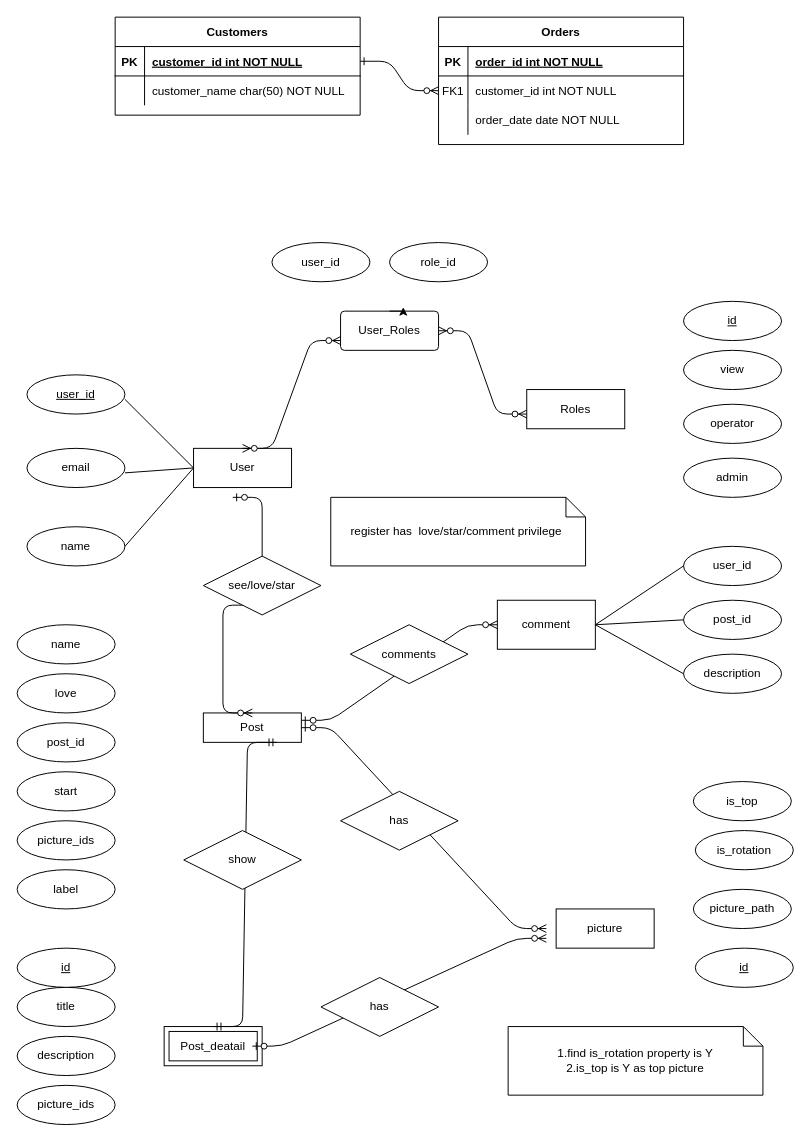
Earlier version of the draw.io diagram Untitled Diagram.drawio (elaineloyanyee/githubtest). Source tidied: cells renumbered, new cells numbered last; positions are measured from the earlier drawing's top-left corner, leaving out a move shared by most shapes. Both pictures are drawn from the tidied source at 98%, with x=0, y=0 at pixel (17, 17).
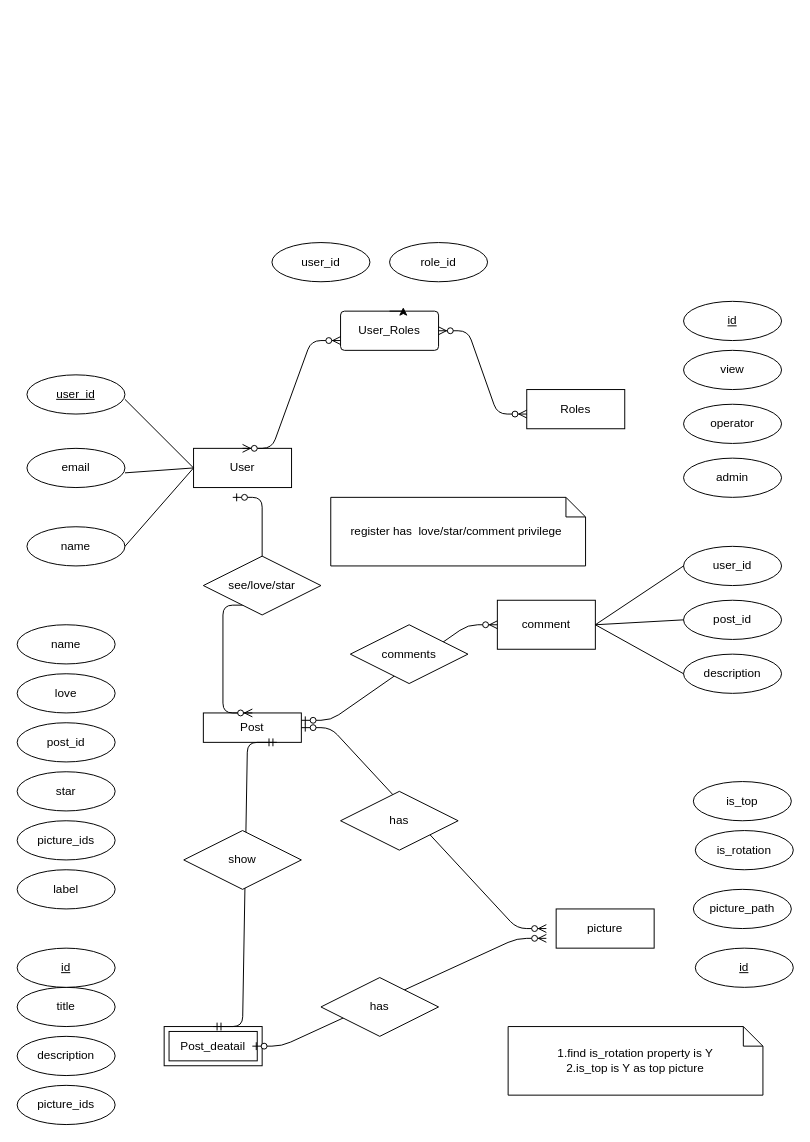
The same diagram, later.

What changed in the source:
```diff
@@
-    <mxCell id="2" style="edgeStyle=entityRelationEdgeStyle;endArrow=ERzeroToMany;startArrow=ERone;endFill=1;startFill=0;" parent="1" edge="1" source="14" target="7">
-      <mxGeometry relative="1" as="geometry" />
-    </mxCell>
-    <mxCell id="3" value="Orders" style="shape=table;startSize=30;childLayout=tableLayout;rowLines=0;fontStyle=1;align=center;" parent="1" vertex="1">
-      <mxGeometry x="430" width="250" height="130" as="geometry" />
-    </mxCell>
-    <mxCell id="4" style="shape=partialRectangle;fillColor=none;top=0;left=0;right=0;bottom=1;" parent="3" vertex="1">
-      <mxGeometry y="30" width="250" height="30" as="geometry" />
-    </mxCell>
-    <mxCell id="5" value="PK" style="shape=partialRectangle;overflow=hidden;fillColor=none;top=0;left=0;bottom=0;right=0;fontStyle=1;" parent="4" vertex="1">
-      <mxGeometry width="30" height="30" as="geometry" />
-    </mxCell>
-    <mxCell id="6" value="order_id int NOT NULL " style="shape=partialRectangle;overflow=hidden;fillColor=none;top=0;left=0;bottom=0;right=0;align=left;spacingLeft=6;fontStyle=5;" parent="4" vertex="1">
-      <mxGeometry x="30" width="220" height="30" as="geometry" />
-    </mxCell>
-    <mxCell id="7" style="shape=partialRectangle;fillColor=none;points=[[0,0.5],[1,0.5]];portConstraint=eastwest;top=0;left=0;right=0;bottom=0;" parent="3" vertex="1">
-      <mxGeometry y="60" width="250" height="30" as="geometry" />
-    </mxCell>
-    <mxCell id="8" value="FK1" style="shape=partialRectangle;overflow=hidden;fillColor=none;top=0;left=0;bottom=0;right=0;" parent="7" vertex="1">
-      <mxGeometry width="30" height="30" as="geometry" />
-    </mxCell>
-    <mxCell id="9" value="customer_id int NOT NULL" style="shape=partialRectangle;overflow=hidden;fillColor=none;top=0;left=0;bottom=0;right=0;align=left;spacingLeft=6;" parent="7" vertex="1">
-      <mxGeometry x="30" width="220" height="30" as="geometry" />
-    </mxCell>
-    <mxCell id="10" style="shape=partialRectangle;fillColor=none;top=0;left=0;right=0;bottom=0;" parent="3" vertex="1">
-      <mxGeometry y="90" width="250" height="30" as="geometry" />
-    </mxCell>
-    <mxCell id="11" style="shape=partialRectangle;overflow=hidden;fillColor=none;top=0;left=0;bottom=0;right=0;" parent="10" vertex="1">
-      <mxGeometry width="30" height="30" as="geometry" />
-    </mxCell>
-    <mxCell id="12" value="order_date date NOT NULL" style="shape=partialRectangle;overflow=hidden;fillColor=none;top=0;left=0;bottom=0;right=0;align=left;spacingLeft=6;" parent="10" vertex="1">
-      <mxGeometry x="30" width="220" height="30" as="geometry" />
-    </mxCell>
-    <mxCell id="13" value="Customers" style="shape=table;startSize=30;childLayout=tableLayout;rowLines=0;fontStyle=1;align=center;" parent="1" vertex="1">
-      <mxGeometry x="100" width="250" height="100" as="geometry" />
-    </mxCell>
-    <mxCell id="14" style="shape=partialRectangle;fillColor=none;points=[[0,0.5],[1,0.5]];portConstraint=eastwest;top=0;left=0;right=0;bottom=1;" parent="13" vertex="1">
-      <mxGeometry y="30" width="250" height="30" as="geometry" />
-    </mxCell>
-    <mxCell id="15" value="PK" style="shape=partialRectangle;overflow=hidden;fillColor=none;top=0;left=0;bottom=0;right=0;fontStyle=1;" parent="14" vertex="1">
-      <mxGeometry width="30" height="30" as="geometry" />
-    </mxCell>
-    <mxCell id="16" value="customer_id int NOT NULL " style="shape=partialRectangle;overflow=hidden;fillColor=none;top=0;left=0;bottom=0;right=0;align=left;spacingLeft=6;fontStyle=5;" parent="14" vertex="1">
-      <mxGeometry x="30" width="220" height="30" as="geometry" />
-    </mxCell>
-    <mxCell id="17" style="shape=partialRectangle;fillColor=none;top=0;left=0;right=0;bottom=0;" parent="13" vertex="1">
-      <mxGeometry y="60" width="250" height="30" as="geometry" />
-    </mxCell>
-    <mxCell id="18" style="shape=partialRectangle;overflow=hidden;fillColor=none;top=0;left=0;bottom=0;right=0;" parent="17" vertex="1">
-      <mxGeometry width="30" height="30" as="geometry" />
-    </mxCell>
-    <mxCell id="19" value="customer_name char(50) NOT NULL" style="shape=partialRectangle;overflow=hidden;fillColor=none;top=0;left=0;bottom=0;right=0;align=left;spacingLeft=6;" parent="17" vertex="1">
-      <mxGeometry x="30" width="220" height="30" as="geometry" />
-    </mxCell>
@@
-    <mxCell id="37" value="start" style="ellipse;whiteSpace=wrap;html=1;align=center;" parent="1" vertex="1">
+    <mxCell id="37" value="star" style="ellipse;whiteSpace=wrap;html=1;align=center;" parent="1" vertex="1">
       <mxGeometry y="770" width="100" height="40" as="geometry" />
     </mxCell>
```
